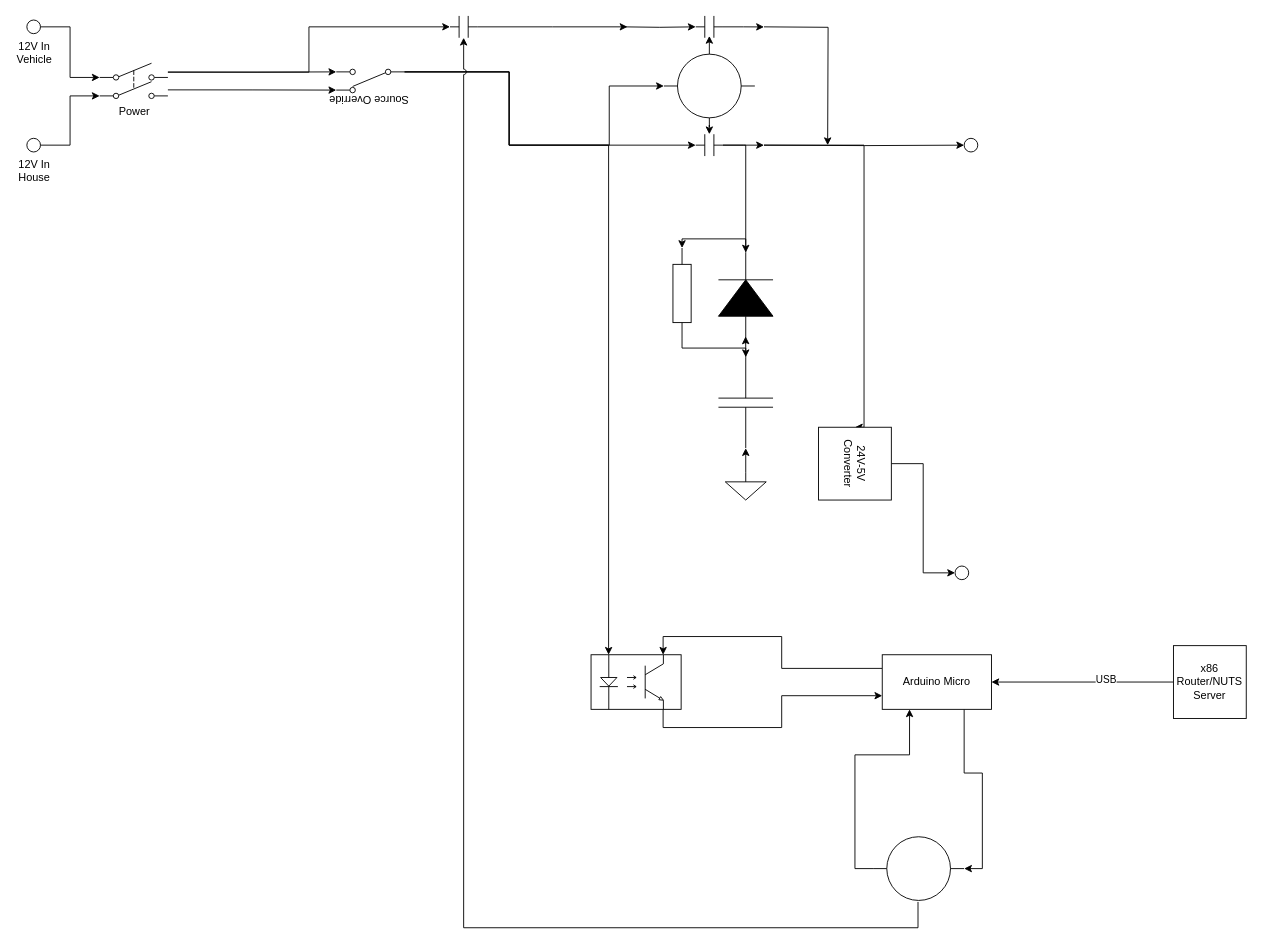
natecostello/van_two_point_oh keeps this draw.io diagram as page "Relay 12V design" (2 of 3) of blog/2022-10-27-ups/UPS.drawio. Above is the earlier version. Source tidied: cells renumbered, new cells numbered last; positions are measured from the earlier drawing's top-left corner, leaving out a move shared by most shapes. Both pictures are drawn from the tidied source at 91%, with x=0, y=0 at pixel (26, 15).
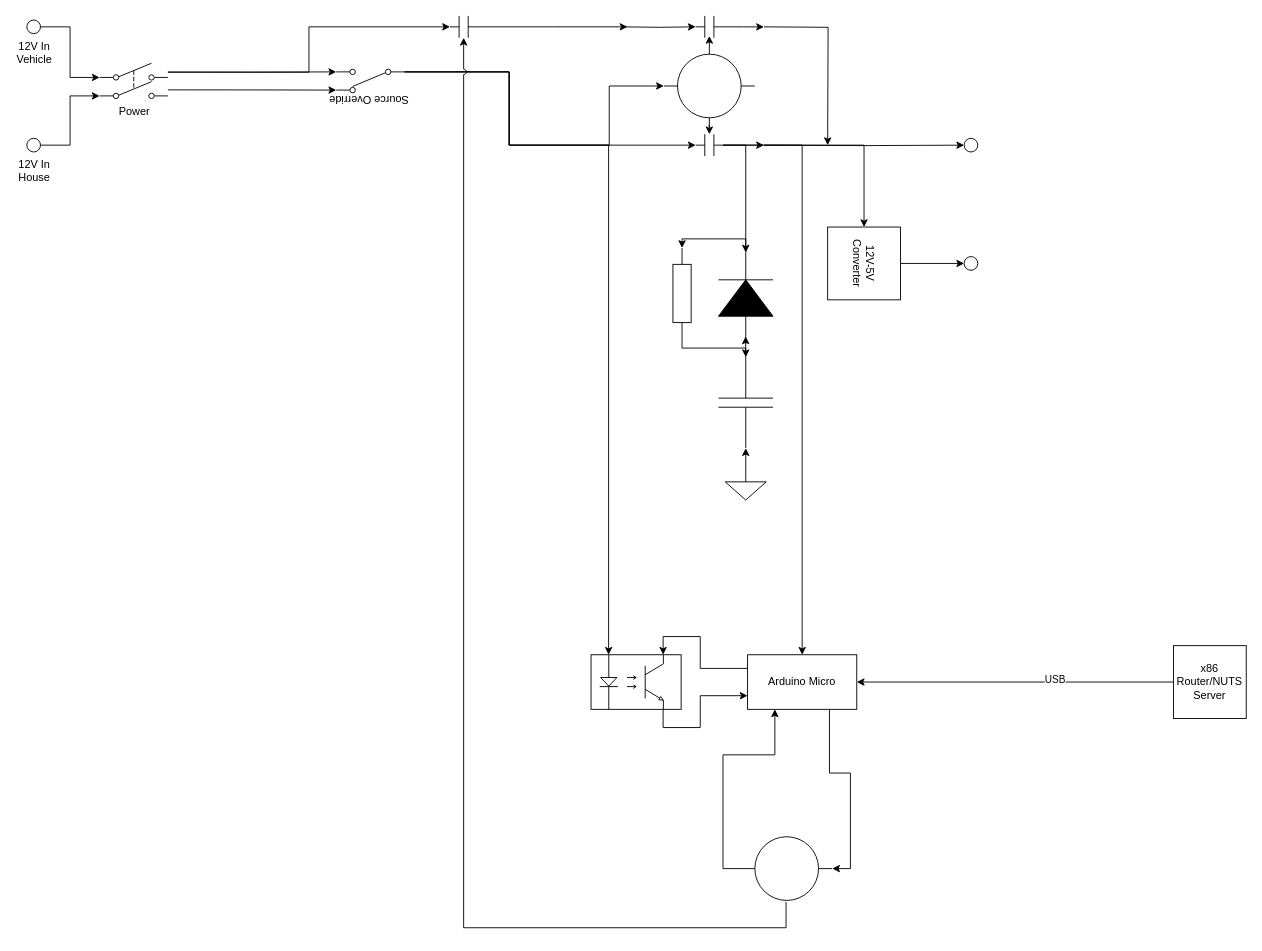
The same diagram, later.

Commit message (it also covers changes not shown here):
updated ups design

The change refers to these unchanged cells:
```xml
<mxCell id="8" style="verticalLabelPosition=bottom;shadow=0;dashed=0;align=center;html=1;verticalAlign=top;shape=mxgraph.electrical.electro-mechanical.relay_contacts;" parent="1" vertex="1">
  <mxGeometry x="465" width="30" height="24" as="geometry" />
</mxCell>
<mxCell id="13" style="verticalLabelPosition=bottom;shadow=0;dashed=0;align=center;html=1;verticalAlign=top;shape=mxgraph.electrical.opto_electronics.opto-coupler;" parent="1" vertex="1">
  <mxGeometry x="620" y="702" width="99" height="60" as="geometry" />
</mxCell>
```

Diff of the diagram source:
```diff
@@
     <mxCell id="5" style="edgeStyle=orthogonalEdgeStyle;rounded=0;jettySize=auto;html=1;exitX=0;exitY=0.5;exitDx=0;exitDy=0;exitPerimeter=0;entryX=0.25;entryY=1;entryDx=0;entryDy=0;" parent="1" edge="1" source="6" target="16">
       <mxGeometry relative="1" as="geometry">
         <Array as="points">
-          <mxPoint x="910" y="937" />
-          <mxPoint x="910" y="812" />
-          <mxPoint x="970" y="812" />
+          <mxPoint x="765" y="937" />
+          <mxPoint x="765" y="812" />
+          <mxPoint x="822" y="812" />
         </Array>
       </mxGeometry>
     </mxCell>
     <mxCell id="6" style="verticalLabelPosition=bottom;shadow=0;dashed=0;align=center;html=1;verticalAlign=top;shape=mxgraph.electrical.electro-mechanical.relay_coil_2;" parent="1" vertex="1">
-      <mxGeometry x="930" y="902" width="100" height="70" as="geometry" />
+      <mxGeometry x="785" y="902" width="100" height="70" as="geometry" />
     </mxCell>
@@
+    <mxCell id="51" style="edgeStyle=orthogonalEdgeStyle;html=1;entryX=0.5;entryY=0;entryDx=0;entryDy=0;rounded=0;exitX=1;exitY=0.5;exitDx=0;exitDy=0;exitPerimeter=0;" parent="1" edge="1">
+      <mxGeometry relative="1" as="geometry">
+        <mxPoint x="765" y="142" as="sourcePoint" />
+        <mxPoint x="852" y="702" as="targetPoint" />
+        <Array as="points">
+          <mxPoint x="852" y="142" />
+        </Array>
+      </mxGeometry>
+    </mxCell>
-    <mxCell id="11" value="24V-5V&lt;br&gt;Converter" style="whiteSpace=wrap;html=1;rotation=90;" parent="1" vertex="1">
-      <mxGeometry x="870" y="452" width="80" height="80" as="geometry" />
+    <mxCell id="11" value="12V-5V&lt;br&gt;Converter" style="whiteSpace=wrap;html=1;rotation=90;" parent="1" vertex="1">
+      <mxGeometry x="880" y="232" width="80" height="80" as="geometry" />
     </mxCell>
     <mxCell id="12" style="edgeStyle=orthogonalEdgeStyle;rounded=0;jettySize=auto;html=1;exitX=0.8;exitY=1;exitDx=0;exitDy=0;exitPerimeter=0;entryX=0;entryY=0.75;entryDx=0;entryDy=0;" parent="1" edge="1" source="13" target="16">
-      <mxGeometry relative="1" as="geometry" />
+      <mxGeometry relative="1" as="geometry">
+        <Array as="points">
+          <mxPoint x="699" y="782" />
+          <mxPoint x="740" y="782" />
+          <mxPoint x="740" y="747" />
+        </Array>
+      </mxGeometry>
     </mxCell>
@@
     <mxCell id="14" style="edgeStyle=orthogonalEdgeStyle;rounded=0;jettySize=auto;html=1;exitX=0;exitY=0.25;exitDx=0;exitDy=0;entryX=0.8;entryY=0;entryDx=0;entryDy=0;entryPerimeter=0;" parent="1" edge="1" source="16" target="13">
-      <mxGeometry relative="1" as="geometry" />
+      <mxGeometry relative="1" as="geometry">
+        <Array as="points">
+          <mxPoint x="740" y="717" />
+          <mxPoint x="740" y="682" />
+          <mxPoint x="699" y="682" />
+        </Array>
+      </mxGeometry>
     </mxCell>
@@
     <mxCell id="16" value="Arduino Micro" style="rounded=0;whiteSpace=wrap;html=1;" parent="1" vertex="1">
-      <mxGeometry x="940" y="702" width="120" height="60" as="geometry" />
+      <mxGeometry x="792" y="702" width="120" height="60" as="geometry" />
     </mxCell>
@@
     <mxCell id="32" style="verticalLabelPosition=bottom;shadow=0;dashed=0;align=center;html=1;verticalAlign=top;strokeWidth=1;shape=ellipse;perimeter=ellipsePerimeter;" parent="1" vertex="1">
-      <mxGeometry x="1020" y="604.5" width="15" height="15" as="geometry" />
+      <mxGeometry x="1030" y="264.5" width="15" height="15" as="geometry" />
     </mxCell>
@@
     <mxCell id="50" style="edgeStyle=orthogonalEdgeStyle;rounded=0;jettySize=auto;html=1;exitX=0.493;exitY=1.023;exitDx=0;exitDy=0;exitPerimeter=0;jumpStyle=arc;" parent="1" edge="1" source="6" target="8">
       <mxGeometry relative="1" as="geometry">
         <Array as="points">
-          <mxPoint x="979" y="1002" />
+          <mxPoint x="834" y="1002" />
           <mxPoint x="480" y="1002" />
         </Array>
       </mxGeometry>
     </mxCell>
```
